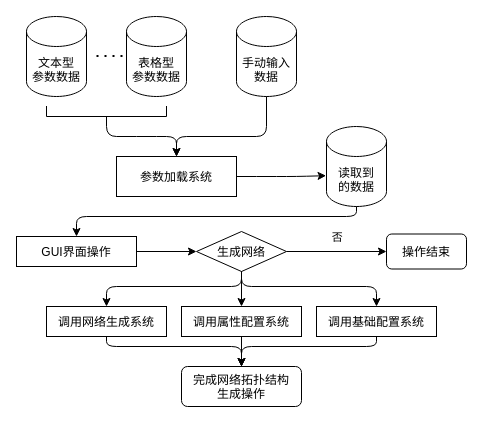
This is 网络拓扑结构生成_流程图.drawio from undinuanao/-, a draw.io file, before an edit. Source tidied: cells renumbered, new cells numbered last; positions are measured from the earlier drawing's top-left corner, leaving out a move shared by most shapes. Both pictures are drawn from the tidied source at 100%, with x=0, y=0 at pixel (16, 16).
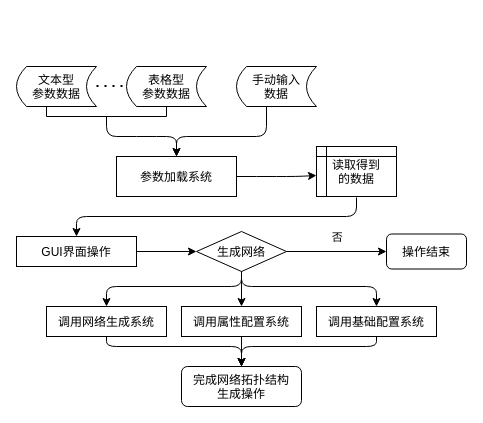
Above is the later version.

Commit message:
更新网络拓扑结构生成_流程图.drawio

Unchanged cells that the change refers to:
```xml
<mxCell id="9" value="参数加载系统" style="rounded=0;" parent="1" vertex="1">
  <mxGeometry x="100" y="140" width="120" height="40" as="geometry" />
</mxCell>
<mxCell id="12" value="GUI界面操作" style="rounded=0;" parent="1" vertex="1">
  <mxGeometry y="220" width="120" height="30" as="geometry" />
</mxCell>
```

Diff of the diagram source:
```diff
@@
-    <mxCell id="2" value="文本型&#10;参数数据" style="shape=cylinder3;boundedLbl=1;backgroundOutline=1;size=15;" parent="1" vertex="1">
-      <mxGeometry x="10" width="60" height="80" as="geometry" />
-    </mxCell>
-    <mxCell id="3" value="表格型&#10;参数数据" style="shape=cylinder3;boundedLbl=1;backgroundOutline=1;size=15;" parent="1" vertex="1">
-      <mxGeometry x="110" width="60" height="80" as="geometry" />
-    </mxCell>
     <mxCell id="4" style="endArrow=none;dashed=1;dashPattern=1 3;strokeWidth=2;" parent="1" edge="1">
       <mxGeometry relative="1" as="geometry">
-        <mxPoint x="80" y="39.5" as="sourcePoint" />
-        <mxPoint x="110" y="39.5" as="targetPoint" />
+        <mxPoint x="80" y="69.5" as="sourcePoint" />
+        <mxPoint x="110" y="69.5" as="targetPoint" />
       </mxGeometry>
     </mxCell>
@@
-    <mxCell id="7" value="手动输入&#10;数据" style="shape=cylinder3;boundedLbl=1;backgroundOutline=1;size=15;" parent="1" vertex="1">
-      <mxGeometry x="220" width="60" height="80" as="geometry" />
-    </mxCell>
-    <mxCell id="8" style="endArrow=classic;exitX=0.5;exitY=1;exitDx=0;exitDy=0;exitPerimeter=0;entryX=0.5;entryY=0;entryDx=0;entryDy=0;" parent="1" edge="1" source="7" target="9">
+    <mxCell id="8" style="endArrow=classic;entryX=0.5;entryY=0;entryDx=0;entryDy=0;" parent="1" edge="1" target="9">
       <mxGeometry relative="1" as="geometry">
+        <mxPoint x="250" y="90" as="sourcePoint" />
         <Array as="points">
           <mxPoint x="250" y="120" />
           <mxPoint x="160" y="120" />
         </Array>
       </mxGeometry>
     </mxCell>
@@
-    <mxCell id="10" style="endArrow=classic;entryX=-0.007;entryY=0.615;entryDx=0;entryDy=0;entryPerimeter=0;exitX=1;exitY=0.5;exitDx=0;exitDy=0;" parent="1" edge="1" source="9" target="11">
+    <mxCell id="10" style="endArrow=classic;exitX=1;exitY=0.5;exitDx=0;exitDy=0;" parent="1" edge="1" source="9">
       <mxGeometry relative="1" as="geometry">
+        <mxPoint x="300" y="159" as="targetPoint" />
         <Array as="points">
           <mxPoint x="250" y="160" />
           <mxPoint x="280" y="160" />
         </Array>
       </mxGeometry>
     </mxCell>
-    <mxCell id="11" value="读取到&#10;的数据" style="shape=cylinder3;boundedLbl=1;backgroundOutline=1;size=15;" parent="1" vertex="1">
-      <mxGeometry x="310" y="110" width="60" height="80" as="geometry" />
-    </mxCell>
@@
-    <mxCell id="13" style="endArrow=classic;exitX=0.5;exitY=1;exitDx=0;exitDy=0;exitPerimeter=0;entryX=0.5;entryY=0;entryDx=0;entryDy=0;" parent="1" edge="1" source="11" target="12">
+    <mxCell id="13" style="endArrow=classic;entryX=0.5;entryY=0;entryDx=0;entryDy=0;" parent="1" edge="1" target="12">
       <mxGeometry relative="1" as="geometry">
+        <mxPoint x="340" y="181" as="sourcePoint" />
         <Array as="points">
           <mxPoint x="340" y="200" />
           <mxPoint x="60" y="200" />
         </Array>
       </mxGeometry>
     </mxCell>
@@
+    <mxCell id="2" value="文本型&#10;参数数据" style="shape=dataStorage;fixedSize=1;size=10;" parent="1" vertex="1">
+      <mxGeometry y="50" width="80" height="40" as="geometry" />
+    </mxCell>
+    <mxCell id="3" value="表格型&#10;参数数据" style="shape=dataStorage;fixedSize=1;size=10;" parent="1" vertex="1">
+      <mxGeometry x="110" y="50" width="80" height="40" as="geometry" />
+    </mxCell>
+    <mxCell id="7" value="手动输入&#10;数据" style="shape=dataStorage;fixedSize=1;size=10;" parent="1" vertex="1">
+      <mxGeometry x="220" y="50" width="80" height="40" as="geometry" />
+    </mxCell>
+    <mxCell id="29" value="读取得到&#10;的数据" style="shape=internalStorage;backgroundOutline=1;dx=10;dy=10;" parent="1" vertex="1">
+      <mxGeometry x="300" y="130" width="80" height="50" as="geometry" />
+    </mxCell>
```
